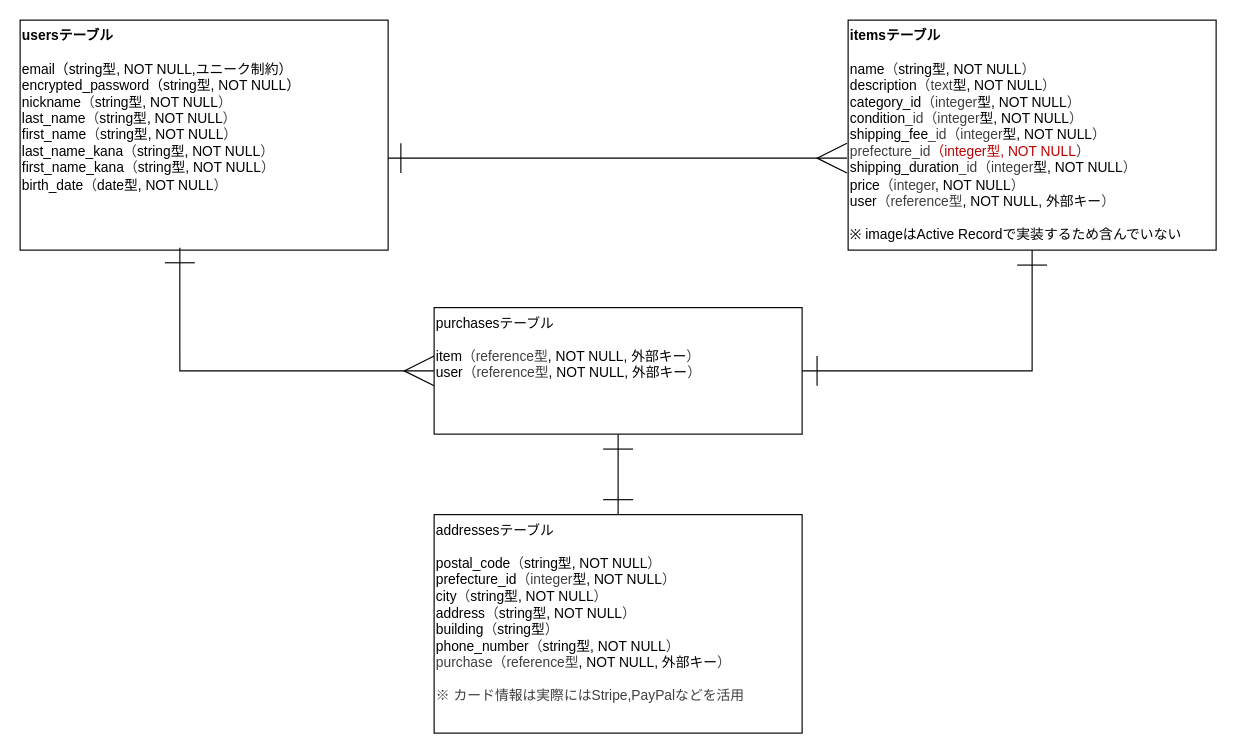
AS062206/furima-42123 keeps this draw.io diagram as frima.dio. Above is the earlier version. Source tidied: cells renumbered, new cells numbered last; positions are measured from the earlier drawing's top-left corner, leaving out a move shared by most shapes. Both pictures are drawn from the tidied source at 115%, with x=0, y=0 at pixel (20, 20).
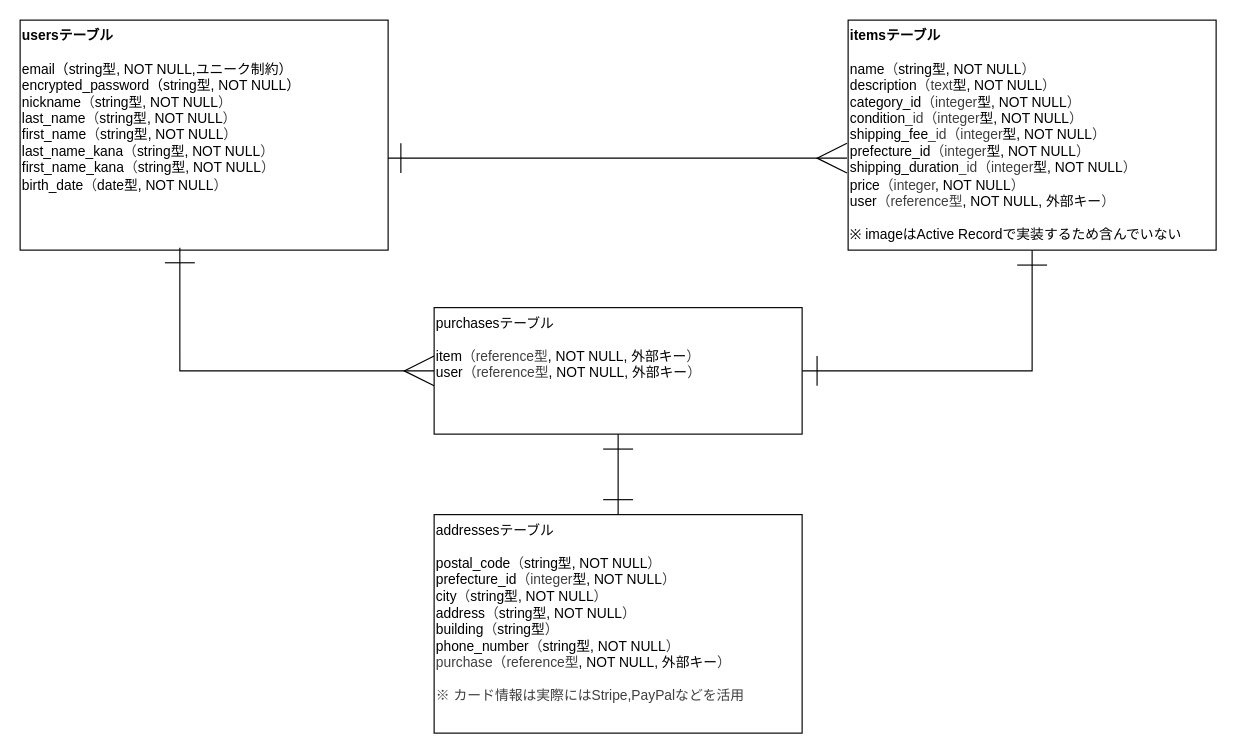
After the change.

Change to the diagram source:
```diff
@@
 <mxGraphModel>
   <root>
     <mxCell id="0" />
     <mxCell id="1" parent="0" />
     <mxCell id="2" style="edgeStyle=none;html=1;exitX=0.994;exitY=0.6;exitDx=0;exitDy=0;rounded=0;curved=0;startArrow=ERone;startFill=0;endArrow=ERmany;endFill=0;strokeWidth=1;exitPerimeter=0;endSize=24;startSize=24;" parent="1" edge="1" source="3">
       <mxGeometry relative="1" as="geometry">
         <mxPoint x="719" y="120" as="targetPoint" />
       </mxGeometry>
     </mxCell>
     <mxCell id="3" value="&lt;b&gt;usersテーブル&lt;br&gt;&lt;/b&gt;&lt;br&gt;    email（string型, NOT NULL,ユニーク制約）&lt;div&gt;encrypted_password（&lt;span style=&quot;color: rgb(0, 0, 0); background-color: transparent;&quot;&gt;string型, NOT NULL&lt;/span&gt;&lt;span style=&quot;background-color: transparent;&quot;&gt;）&lt;/span&gt;&lt;/div&gt;&lt;div&gt;nickname&lt;span style=&quot;background-color: transparent; color: rgb(63, 63, 63);&quot;&gt;（&lt;/span&gt;&lt;span style=&quot;background-color: transparent; color: rgb(0, 0, 0);&quot;&gt;string型, NOT NULL&lt;/span&gt;&lt;span style=&quot;background-color: transparent; color: rgb(63, 63, 63);&quot;&gt;）&lt;/span&gt;&lt;/div&gt;&lt;div&gt;last_name&lt;span style=&quot;background-color: transparent; color: rgb(63, 63, 63);&quot;&gt;（&lt;/span&gt;&lt;span style=&quot;background-color: transparent; color: rgb(0, 0, 0);&quot;&gt;string型, NOT NULL&lt;/span&gt;&lt;span style=&quot;background-color: transparent; color: rgb(63, 63, 63);&quot;&gt;）&lt;/span&gt;&lt;/div&gt;&lt;div&gt;first_name&lt;span style=&quot;background-color: transparent; color: rgb(63, 63, 63);&quot;&gt;（&lt;/span&gt;&lt;span style=&quot;background-color: transparent; color: rgb(0, 0, 0);&quot;&gt;string型, NOT NULL&lt;/span&gt;&lt;span style=&quot;background-color: transparent; color: rgb(63, 63, 63);&quot;&gt;）&lt;/span&gt;&lt;/div&gt;&lt;div&gt;last_name_kana&lt;span style=&quot;background-color: transparent; color: rgb(63, 63, 63);&quot;&gt;（&lt;/span&gt;&lt;span style=&quot;background-color: transparent; color: rgb(0, 0, 0);&quot;&gt;string型, NOT NULL&lt;/span&gt;&lt;span style=&quot;background-color: transparent; color: rgb(63, 63, 63);&quot;&gt;）&lt;/span&gt;&lt;/div&gt;&lt;div&gt;first_name_kana&lt;span style=&quot;background-color: transparent; color: rgb(63, 63, 63);&quot;&gt;（&lt;/span&gt;&lt;span style=&quot;background-color: transparent; color: rgb(0, 0, 0);&quot;&gt;string型, NOT NULL&lt;/span&gt;&lt;span style=&quot;background-color: transparent; color: rgb(63, 63, 63);&quot;&gt;）&lt;/span&gt;&lt;/div&gt;&lt;div&gt;birth_date&lt;span style=&quot;background-color: transparent; color: rgb(63, 63, 63);&quot;&gt;（&lt;/span&gt;&lt;span style=&quot;background-color: transparent;&quot;&gt;&lt;font color=&quot;#000000&quot;&gt;date型, NOT NULL&lt;/font&gt;&lt;/span&gt;&lt;span style=&quot;background-color: transparent; color: rgb(63, 63, 63);&quot;&gt;）&lt;/span&gt;&lt;/div&gt;" style="rounded=0;whiteSpace=wrap;html=1;align=left;verticalAlign=top;" parent="1" vertex="1">
       <mxGeometry width="320" height="200" as="geometry" />
     </mxCell>
     <mxCell id="4" style="edgeStyle=orthogonalEdgeStyle;html=1;exitX=0.5;exitY=1;exitDx=0;exitDy=0;rounded=0;curved=0;endArrow=ERone;endFill=0;startArrow=ERone;startFill=0;endSize=24;startSize=24;entryX=1;entryY=0.5;entryDx=0;entryDy=0;" parent="1" edge="1" source="5" target="7">
       <mxGeometry relative="1" as="geometry" />
     </mxCell>
-    <mxCell id="5" value="&lt;b&gt;itemsテーブル&lt;/b&gt;&lt;br&gt;&lt;br&gt;   name&lt;span style=&quot;background-color: transparent; color: rgb(63, 63, 63);&quot;&gt;（&lt;/span&gt;&lt;span style=&quot;background-color: transparent; color: rgb(0, 0, 0);&quot;&gt;string型, NOT NULL&lt;/span&gt;&lt;span style=&quot;background-color: transparent; color: rgb(63, 63, 63);&quot;&gt;）&lt;/span&gt;&lt;div&gt;description&lt;span style=&quot;background-color: transparent; color: rgb(63, 63, 63);&quot;&gt;（text&lt;/span&gt;&lt;span style=&quot;background-color: transparent; color: rgb(0, 0, 0);&quot;&gt;型, NOT NULL&lt;/span&gt;&lt;span style=&quot;background-color: transparent; color: rgb(63, 63, 63);&quot;&gt;）&lt;/span&gt;&lt;/div&gt;&lt;div&gt;category_id&lt;span style=&quot;background-color: transparent; color: rgb(63, 63, 63);&quot;&gt;（integer&lt;/span&gt;&lt;span style=&quot;background-color: transparent; color: rgb(0, 0, 0);&quot;&gt;型, NOT NULL&lt;/span&gt;&lt;span style=&quot;background-color: transparent; color: rgb(63, 63, 63);&quot;&gt;）&lt;/span&gt;&lt;/div&gt;&lt;div&gt;condition&lt;span style=&quot;background-color: transparent; color: rgb(0, 0, 0);&quot;&gt;&lt;span style=&quot;color: rgb(63, 63, 63);&quot;&gt;_id&lt;/span&gt;&lt;span style=&quot;background-color: transparent; color: rgb(63, 63, 63);&quot;&gt;（integer&lt;/span&gt;型, NOT NULL&lt;/span&gt;&lt;span style=&quot;background-color: transparent; color: rgb(63, 63, 63);&quot;&gt;）&lt;/span&gt;&lt;/div&gt;&lt;div&gt;shipping_fee&lt;span style=&quot;background-color: transparent; color: rgb(0, 0, 0);&quot;&gt;&lt;span style=&quot;color: rgb(63, 63, 63);&quot;&gt;_id&lt;/span&gt;&lt;span style=&quot;background-color: transparent; color: rgb(63, 63, 63);&quot;&gt;（integer&lt;/span&gt;型, NOT NULL&lt;/span&gt;&lt;span style=&quot;background-color: transparent; color: rgb(63, 63, 63);&quot;&gt;）&lt;/span&gt;&lt;/div&gt;&lt;div&gt;&lt;span style=&quot;background-color: transparent; color: rgb(0, 0, 0);&quot;&gt;&lt;span style=&quot;background-color: transparent; color: rgb(63, 63, 63);&quot;&gt;&lt;span style=&quot;background-color: transparent;&quot;&gt;prefecture_id&lt;/span&gt;&lt;font color=&quot;rgba(0, 0, 0, 0)&quot;&gt;（integer&lt;/font&gt;&lt;/span&gt;&lt;font color=&quot;rgba(0, 0, 0, 0)&quot;&gt;型, NOT NULL&lt;/font&gt;&lt;/span&gt;&lt;span style=&quot;background-color: transparent; color: rgb(63, 63, 63);&quot;&gt;）&lt;/span&gt;&lt;/div&gt;&lt;div&gt;shipping_duration&lt;span style=&quot;background-color: transparent; color: rgb(0, 0, 0);&quot;&gt;&lt;span style=&quot;color: rgb(63, 63, 63);&quot;&gt;_id&lt;/span&gt;&lt;span style=&quot;background-color: transparent; color: rgb(63, 63, 63);&quot;&gt;（integer&lt;/span&gt;型, NOT NULL&lt;/span&gt;&lt;span style=&quot;background-color: transparent; color: rgb(63, 63, 63);&quot;&gt;）&lt;/span&gt;&lt;/div&gt;&lt;div&gt;price&lt;span style=&quot;background-color: transparent; color: rgb(63, 63, 63);&quot;&gt;（integer&lt;/span&gt;&lt;span style=&quot;background-color: transparent; color: rgb(0, 0, 0);&quot;&gt;, NOT NULL&lt;/span&gt;&lt;span style=&quot;background-color: transparent; color: rgb(63, 63, 63);&quot;&gt;）&lt;/span&gt;&lt;/div&gt;&lt;div&gt;user&lt;span style=&quot;color: rgb(63, 63, 63); background-color: transparent;&quot;&gt;（reference型&lt;/span&gt;&lt;span style=&quot;color: rgb(0, 0, 0); background-color: transparent;&quot;&gt;, NOT NULL, 外部キー&lt;/span&gt;&lt;span style=&quot;color: rgb(63, 63, 63); background-color: transparent;&quot;&gt;）&lt;/span&gt;&lt;br&gt;&lt;br&gt;※ imageはActive Recordで実装するため含んでいない&lt;/div&gt;" style="rounded=0;whiteSpace=wrap;html=1;align=left;verticalAlign=top;horizontal=1;" parent="1" vertex="1">
+    <mxCell id="5" value="&lt;b&gt;itemsテーブル&lt;/b&gt;&lt;br&gt;&lt;br&gt;   name&lt;span style=&quot;background-color: transparent; color: rgb(63, 63, 63);&quot;&gt;（&lt;/span&gt;&lt;span style=&quot;background-color: transparent; color: rgb(0, 0, 0);&quot;&gt;string型, NOT NULL&lt;/span&gt;&lt;span style=&quot;background-color: transparent; color: rgb(63, 63, 63);&quot;&gt;）&lt;/span&gt;&lt;div&gt;description&lt;span style=&quot;background-color: transparent; color: rgb(63, 63, 63);&quot;&gt;（text&lt;/span&gt;&lt;span style=&quot;background-color: transparent; color: rgb(0, 0, 0);&quot;&gt;型, NOT NULL&lt;/span&gt;&lt;span style=&quot;background-color: transparent; color: rgb(63, 63, 63);&quot;&gt;）&lt;/span&gt;&lt;/div&gt;&lt;div&gt;category_id&lt;span style=&quot;background-color: transparent; color: rgb(63, 63, 63);&quot;&gt;（integer&lt;/span&gt;&lt;span style=&quot;background-color: transparent; color: rgb(0, 0, 0);&quot;&gt;型, NOT NULL&lt;/span&gt;&lt;span style=&quot;background-color: transparent; color: rgb(63, 63, 63);&quot;&gt;）&lt;/span&gt;&lt;/div&gt;&lt;div&gt;condition&lt;span style=&quot;background-color: transparent; color: rgb(0, 0, 0);&quot;&gt;&lt;span style=&quot;color: rgb(63, 63, 63);&quot;&gt;_id&lt;/span&gt;&lt;span style=&quot;background-color: transparent; color: rgb(63, 63, 63);&quot;&gt;（integer&lt;/span&gt;型, NOT NULL&lt;/span&gt;&lt;span style=&quot;background-color: transparent; color: rgb(63, 63, 63);&quot;&gt;）&lt;/span&gt;&lt;/div&gt;&lt;div&gt;shipping_fee&lt;span style=&quot;background-color: transparent; color: rgb(0, 0, 0);&quot;&gt;&lt;span style=&quot;color: rgb(63, 63, 63);&quot;&gt;_id&lt;/span&gt;&lt;span style=&quot;background-color: transparent; color: rgb(63, 63, 63);&quot;&gt;（integer&lt;/span&gt;型, NOT NULL&lt;/span&gt;&lt;span style=&quot;background-color: transparent; color: rgb(63, 63, 63);&quot;&gt;）&lt;/span&gt;&lt;/div&gt;&lt;div&gt;&lt;span style=&quot;background-color: transparent; color: rgb(0, 0, 0);&quot;&gt;prefecture_id&lt;/span&gt;&lt;span style=&quot;background-color: transparent; color: rgb(63, 63, 63);&quot;&gt;（integer&lt;/span&gt;&lt;span style=&quot;background-color: transparent; color: rgb(0, 0, 0);&quot;&gt;型, NOT NULL&lt;/span&gt;&lt;span style=&quot;background-color: transparent; color: rgb(63, 63, 63);&quot;&gt;）&lt;/span&gt;&lt;span style=&quot;background-color: transparent;&quot;&gt;shipping_duration&lt;/span&gt;&lt;span style=&quot;background-color: transparent; color: rgb(0, 0, 0);&quot;&gt;&lt;span style=&quot;color: rgb(63, 63, 63);&quot;&gt;_id&lt;/span&gt;&lt;span style=&quot;background-color: transparent; color: rgb(63, 63, 63);&quot;&gt;（integer&lt;/span&gt;型, NOT NULL&lt;/span&gt;&lt;span style=&quot;background-color: transparent; color: rgb(63, 63, 63);&quot;&gt;）&lt;/span&gt;&lt;/div&gt;&lt;div&gt;price&lt;span style=&quot;background-color: transparent; color: rgb(63, 63, 63);&quot;&gt;（integer&lt;/span&gt;&lt;span style=&quot;background-color: transparent; color: rgb(0, 0, 0);&quot;&gt;, NOT NULL&lt;/span&gt;&lt;span style=&quot;background-color: transparent; color: rgb(63, 63, 63);&quot;&gt;）&lt;/span&gt;&lt;/div&gt;&lt;div&gt;user&lt;span style=&quot;color: rgb(63, 63, 63); background-color: transparent;&quot;&gt;（reference型&lt;/span&gt;&lt;span style=&quot;color: rgb(0, 0, 0); background-color: transparent;&quot;&gt;, NOT NULL, 外部キー&lt;/span&gt;&lt;span style=&quot;color: rgb(63, 63, 63); background-color: transparent;&quot;&gt;）&lt;/span&gt;&lt;br&gt;&lt;br&gt;※ imageはActive Recordで実装するため含んでいない&lt;/div&gt;" style="rounded=0;whiteSpace=wrap;html=1;align=left;verticalAlign=top;horizontal=1;" parent="1" vertex="1">
       <mxGeometry x="720" width="320" height="200" as="geometry" />
     </mxCell>
     <mxCell id="6" style="edgeStyle=orthogonalEdgeStyle;html=1;exitX=0;exitY=0.5;exitDx=0;exitDy=0;entryX=0.434;entryY=0.99;entryDx=0;entryDy=0;entryPerimeter=0;rounded=0;curved=0;endArrow=ERone;endFill=0;startArrow=ERmany;startFill=0;endSize=24;startSize=24;" parent="1" edge="1" source="7" target="3">
       <mxGeometry relative="1" as="geometry" />
     </mxCell>
     <mxCell id="7" value="purchasesテーブル&lt;br&gt;&lt;br&gt;&lt;div&gt;&lt;span style=&quot;background-color: transparent;&quot;&gt;item&lt;/span&gt;&lt;span style=&quot;background-color: transparent; color: rgb(63, 63, 63);&quot;&gt;（reference型&lt;/span&gt;&lt;span style=&quot;background-color: transparent; color: rgb(0, 0, 0);&quot;&gt;, NOT NULL, 外部キー&lt;/span&gt;&lt;span style=&quot;background-color: transparent; color: rgb(63, 63, 63);&quot;&gt;）&lt;/span&gt;&lt;div&gt;user&lt;span style=&quot;background-color: transparent; color: rgb(63, 63, 63);&quot;&gt;（reference型&lt;/span&gt;&lt;span style=&quot;background-color: transparent; color: rgb(0, 0, 0);&quot;&gt;, NOT NULL, 外部キー&lt;/span&gt;&lt;span style=&quot;background-color: transparent; color: rgb(63, 63, 63);&quot;&gt;）&lt;/span&gt;&lt;/div&gt;&lt;/div&gt;" style="rounded=0;whiteSpace=wrap;html=1;align=left;verticalAlign=top;" parent="1" vertex="1">
       <mxGeometry x="360" y="250" width="320" height="110" as="geometry" />
     </mxCell>
     <mxCell id="8" value="addressesテーブル&lt;br&gt;&lt;br&gt;postal_code&lt;span style=&quot;color: rgb(63, 63, 63);&quot;&gt;（&lt;/span&gt;&lt;span style=&quot;background-color: transparent; color: rgb(0, 0, 0);&quot;&gt;string型, NOT NULL&lt;/span&gt;&lt;span style=&quot;color: rgb(63, 63, 63); background-color: transparent;&quot;&gt;）&lt;/span&gt;&lt;br&gt;prefecture_id&lt;span style=&quot;color: rgb(63, 63, 63);&quot;&gt;（integer&lt;/span&gt;&lt;span style=&quot;background-color: transparent; color: rgb(0, 0, 0);&quot;&gt;型, NOT NULL&lt;/span&gt;&lt;span style=&quot;color: rgb(63, 63, 63); background-color: transparent;&quot;&gt;）&lt;/span&gt;&lt;br&gt;city&lt;span style=&quot;color: rgb(63, 63, 63);&quot;&gt;（&lt;/span&gt;&lt;span style=&quot;background-color: transparent; color: rgb(0, 0, 0);&quot;&gt;string型, NOT NULL&lt;/span&gt;&lt;span style=&quot;color: rgb(63, 63, 63); background-color: transparent;&quot;&gt;）&lt;/span&gt;&lt;br&gt;address&lt;span style=&quot;color: rgb(63, 63, 63);&quot;&gt;（&lt;/span&gt;&lt;span style=&quot;background-color: transparent; color: rgb(0, 0, 0);&quot;&gt;string型, NOT NULL&lt;/span&gt;&lt;span style=&quot;color: rgb(63, 63, 63); background-color: transparent;&quot;&gt;）&lt;/span&gt;&lt;br&gt;building&lt;span style=&quot;color: rgb(63, 63, 63);&quot;&gt;（&lt;/span&gt;&lt;span style=&quot;background-color: transparent; color: rgb(0, 0, 0);&quot;&gt;string型&lt;/span&gt;&lt;span style=&quot;color: rgb(63, 63, 63); background-color: transparent;&quot;&gt;）&lt;/span&gt;&lt;br&gt;phone_number&lt;span style=&quot;color: rgb(63, 63, 63);&quot;&gt;（&lt;/span&gt;&lt;span style=&quot;background-color: transparent; color: rgb(0, 0, 0);&quot;&gt;string型, NOT NULL&lt;/span&gt;&lt;span style=&quot;color: rgb(63, 63, 63); background-color: transparent;&quot;&gt;）&lt;/span&gt;&lt;div&gt;&lt;span style=&quot;background-color: transparent; color: rgb(63, 63, 63);&quot;&gt;purchase（reference型&lt;/span&gt;&lt;span style=&quot;background-color: transparent; color: rgb(0, 0, 0);&quot;&gt;, NOT NULL, 外部キー&lt;/span&gt;&lt;span style=&quot;background-color: transparent; color: rgb(63, 63, 63);&quot;&gt;）&lt;/span&gt;&lt;/div&gt;&lt;div&gt;&lt;div&gt;&lt;div&gt; &lt;div&gt;&lt;span style=&quot;background-color: transparent; color: rgb(63, 63, 63);&quot;&gt;&lt;br&gt;&lt;/span&gt;&lt;/div&gt;&lt;div&gt;&lt;span style=&quot;background-color: transparent; color: rgb(63, 63, 63);&quot;&gt;&lt;span style=&quot;color: rgb(63, 63, 63);&quot;&gt;※ カード情報は実際にはStripe,PayPalなどを活用&lt;/span&gt;&lt;/span&gt;&lt;/div&gt;&lt;/div&gt;&lt;/div&gt;&lt;/div&gt;" style="rounded=0;whiteSpace=wrap;html=1;align=left;verticalAlign=top;" parent="1" vertex="1">
       <mxGeometry x="360" y="430" width="320" height="190" as="geometry" />
     </mxCell>
     <mxCell id="9" style="edgeStyle=orthogonalEdgeStyle;html=1;exitX=0.5;exitY=1;exitDx=0;exitDy=0;rounded=0;curved=0;endArrow=ERone;endFill=0;startArrow=ERone;startFill=0;endSize=24;startSize=24;entryX=0.5;entryY=0;entryDx=0;entryDy=0;" parent="1" edge="1" source="7" target="8">
       <mxGeometry relative="1" as="geometry" />
     </mxCell>
   </root>
 </mxGraphModel>
```
